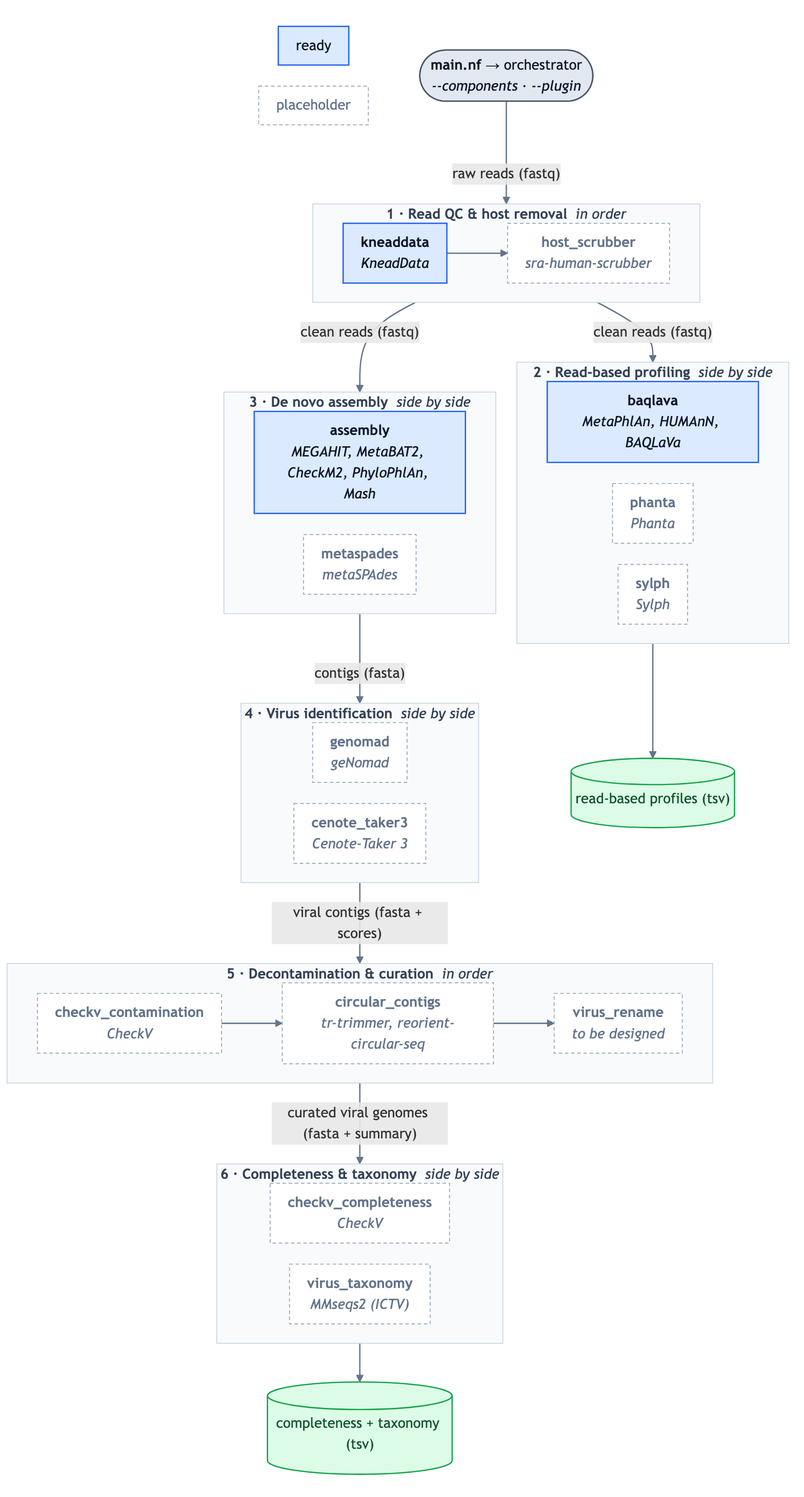
This is docs/diagrams/architecture.png from biobakery/HVP-nextflow, a Mermaid export, as it was before one commit. Its source is kept beside it as docs/diagrams/architecture.mmd.
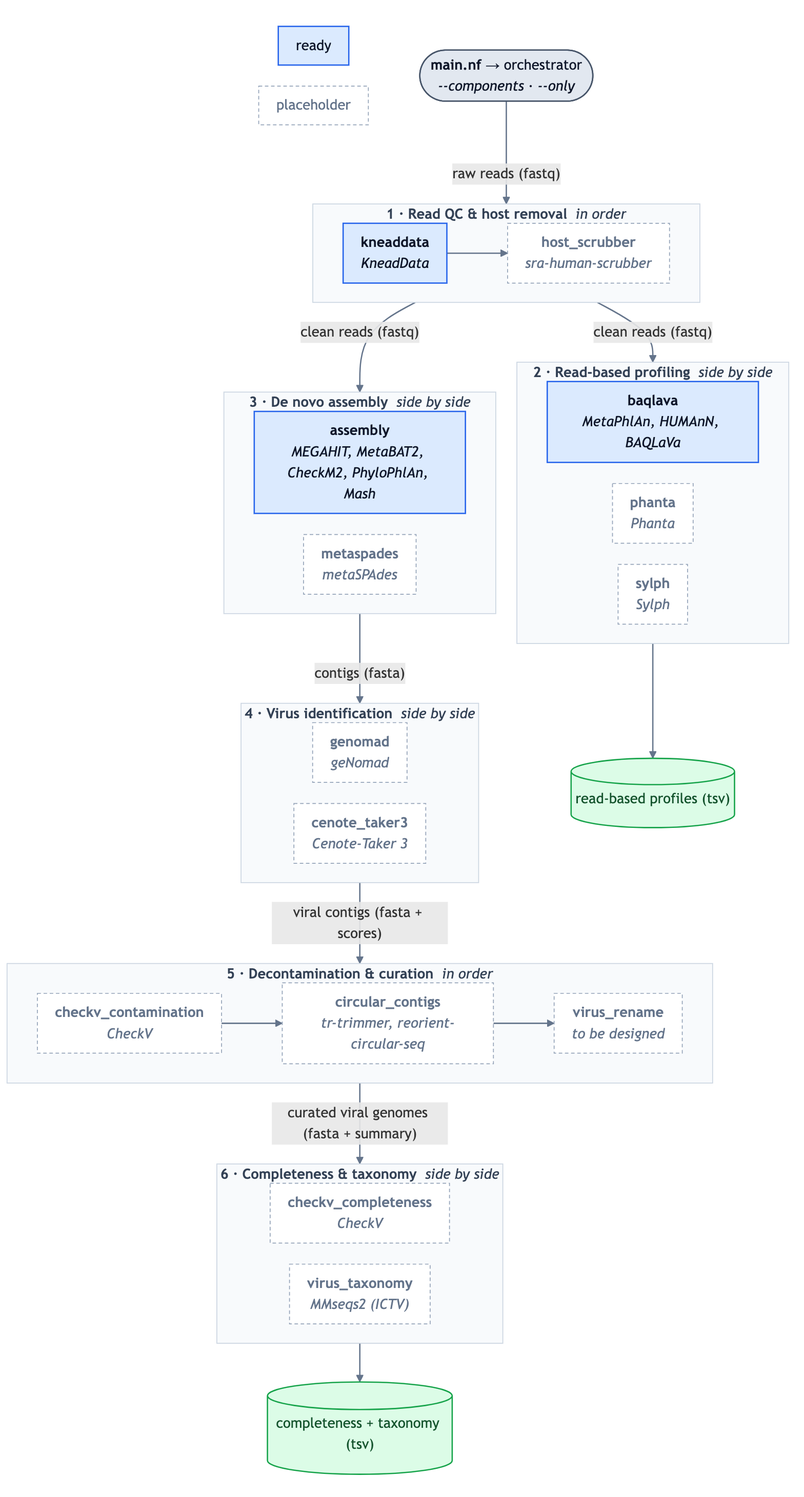
Later version of the same file.

What changed in the source:
```diff
@@ -1,6 +1,6 @@
 %%{init: {"flowchart": {"curve": "basis", "nodeSpacing": 24, "rankSpacing": 44, "padding": 10}}}%%
 flowchart TB
-    entry(["<b>main.nf</b> → orchestrator<br/><i>--components</i> · <i>--plugin</i>"])
+    entry(["<b>main.nf</b> → orchestrator<br/><i>--components</i> · <i>--only</i>"])
     subgraph st_preprocess["<b>1 · Read QC & host removal</b> &nbsp;<i>in order</i>"]
         direction LR
         kneaddata["<b>kneaddata</b><br/><i>KneadData</i>"]
```
